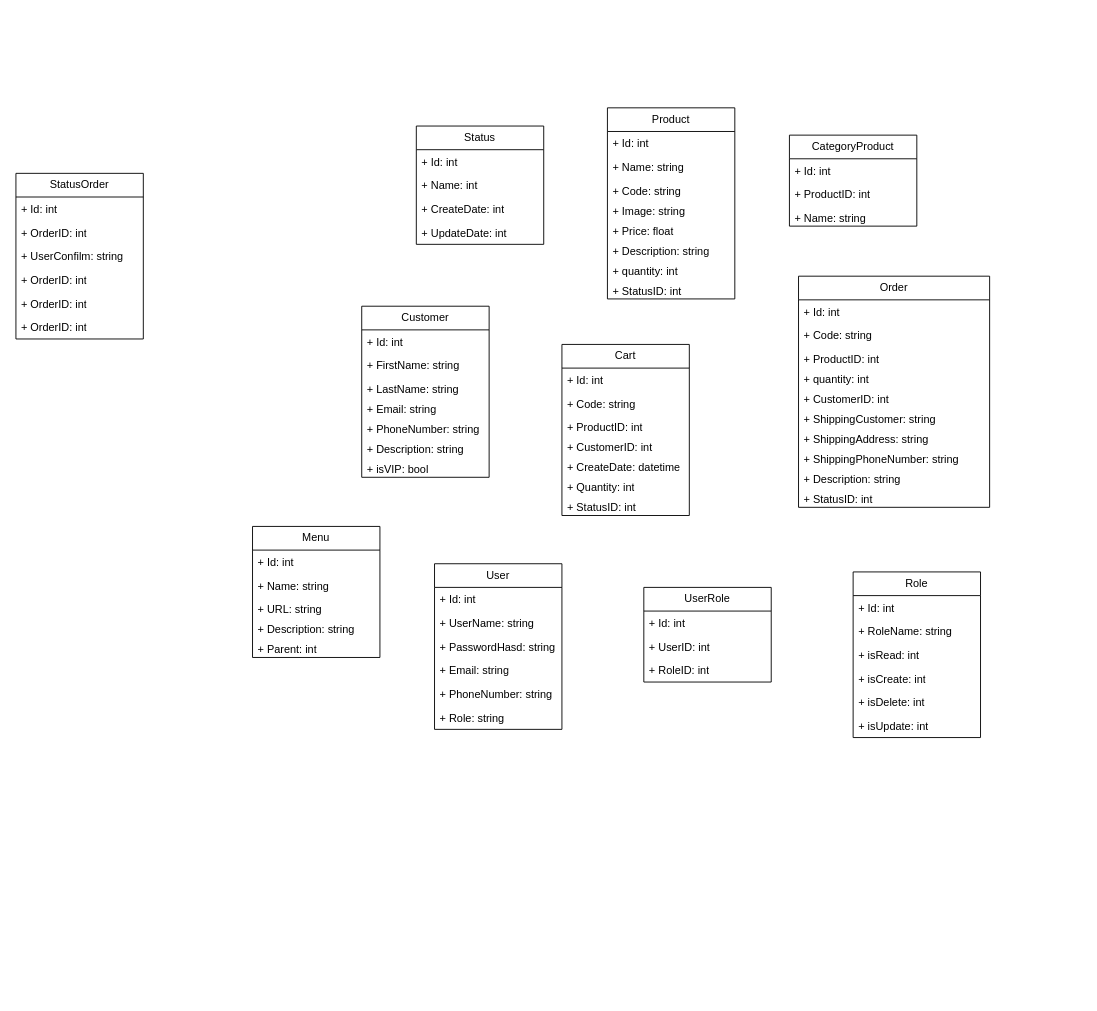
Earlier version of the draw.io diagram Sales_Website_Ecomerce/Document/DiagramTable.drawio (hoangtrongnam/SalesWebsite_BE). Source tidied: cells renumbered, new cells numbered last; positions are measured from the earlier drawing's top-left corner, leaving out a move shared by most shapes. Both pictures are drawn from the tidied source at 91%, with x=0, y=0 at pixel (15, 107).
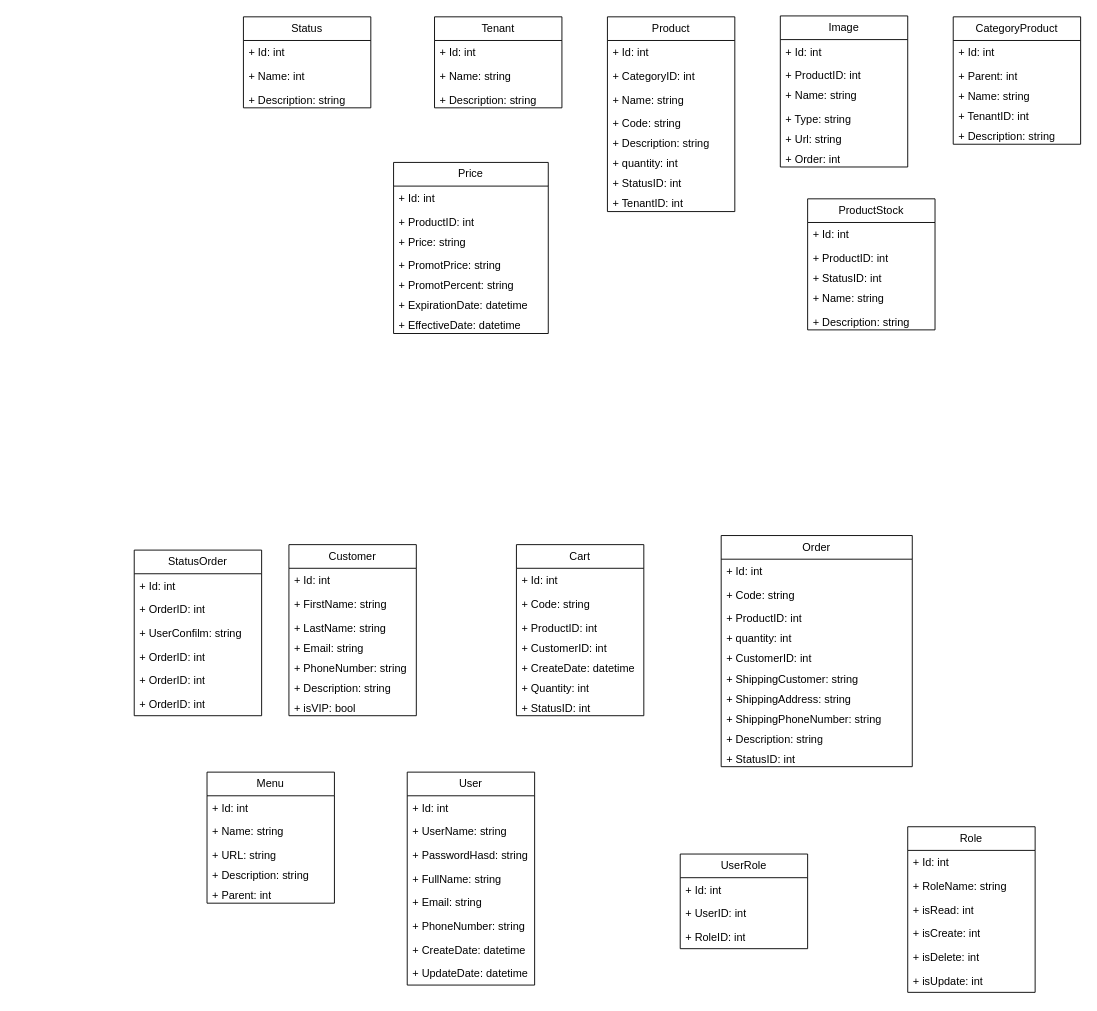
Above is the later version.

The edit, as a diff of the source:
```diff
@@
     <mxCell id="2" value="Product" style="swimlane;fontStyle=0;horizontal=1;startSize=26;fillColor=none;whiteSpace=wrap;html=1;" parent="1" vertex="1">
-      <mxGeometry x="650" width="140" height="210" as="geometry" />
+      <mxGeometry x="650" y="-100" width="140" height="214" as="geometry" />
     </mxCell>
@@
+    <mxCell id="78" value="+ CategoryID: int&amp;nbsp;" style="text;strokeColor=none;fillColor=none;align=left;verticalAlign=top;spacingLeft=4;spacingRight=4;overflow=hidden;whiteSpace=wrap;html=1;" parent="2" vertex="1">
+      <mxGeometry y="52" width="140" height="26" as="geometry" />
+    </mxCell>
     <mxCell id="4" value="+ Name: string" style="text;strokeColor=none;fillColor=none;align=left;verticalAlign=top;spacingLeft=4;spacingRight=4;overflow=hidden;whiteSpace=wrap;html=1;" parent="2" vertex="1">
-      <mxGeometry y="52" width="140" height="26" as="geometry" />
+      <mxGeometry y="78" width="140" height="26" as="geometry" />
     </mxCell>
     <mxCell id="5" value="+ Code: string" style="text;strokeColor=none;fillColor=none;align=left;verticalAlign=top;spacingLeft=4;spacingRight=4;overflow=hidden;whiteSpace=wrap;html=1;" parent="2" vertex="1">
-      <mxGeometry y="78" width="140" height="22" as="geometry" />
+      <mxGeometry y="104" width="140" height="22" as="geometry" />
     </mxCell>
-    <mxCell id="6" value="+ Image: string" style="text;strokeColor=none;fillColor=none;align=left;verticalAlign=top;spacingLeft=4;spacingRight=4;overflow=hidden;whiteSpace=wrap;html=1;" parent="2" vertex="1">
-      <mxGeometry y="100" width="140" height="22" as="geometry" />
-    </mxCell>
-    <mxCell id="7" value="+ Price: float" style="text;strokeColor=none;fillColor=none;align=left;verticalAlign=top;spacingLeft=4;spacingRight=4;overflow=hidden;whiteSpace=wrap;html=1;" parent="2" vertex="1">
-      <mxGeometry y="122" width="140" height="22" as="geometry" />
-    </mxCell>
     <mxCell id="8" value="+ Description: string" style="text;strokeColor=none;fillColor=none;align=left;verticalAlign=top;spacingLeft=4;spacingRight=4;overflow=hidden;whiteSpace=wrap;html=1;" parent="2" vertex="1">
-      <mxGeometry y="144" width="140" height="22" as="geometry" />
+      <mxGeometry y="126" width="140" height="22" as="geometry" />
     </mxCell>
     <mxCell id="9" value="+ quantity: int" style="text;strokeColor=none;fillColor=none;align=left;verticalAlign=top;spacingLeft=4;spacingRight=4;overflow=hidden;whiteSpace=wrap;html=1;" parent="2" vertex="1">
-      <mxGeometry y="166" width="140" height="22" as="geometry" />
+      <mxGeometry y="148" width="140" height="22" as="geometry" />
     </mxCell>
     <mxCell id="10" value="+ StatusID: int" style="text;strokeColor=none;fillColor=none;align=left;verticalAlign=top;spacingLeft=4;spacingRight=4;overflow=hidden;whiteSpace=wrap;html=1;" parent="2" vertex="1">
-      <mxGeometry y="188" width="140" height="22" as="geometry" />
+      <mxGeometry y="170" width="140" height="22" as="geometry" />
     </mxCell>
+    <mxCell id="79" value="+ TenantID: int" style="text;strokeColor=none;fillColor=none;align=left;verticalAlign=top;spacingLeft=4;spacingRight=4;overflow=hidden;whiteSpace=wrap;html=1;" parent="2" vertex="1">
+      <mxGeometry y="192" width="140" height="22" as="geometry" />
+    </mxCell>
     <mxCell id="11" value="CategoryProduct" style="swimlane;fontStyle=0;horizontal=1;startSize=26;fillColor=none;whiteSpace=wrap;html=1;" parent="1" vertex="1">
-      <mxGeometry x="850" y="30" width="140" height="100" as="geometry" />
+      <mxGeometry x="1030" y="-100" width="140" height="140" as="geometry" />
     </mxCell>
@@
-    <mxCell id="13" value="+ ProductID: int" style="text;strokeColor=none;fillColor=none;align=left;verticalAlign=top;spacingLeft=4;spacingRight=4;overflow=hidden;whiteSpace=wrap;html=1;" parent="11" vertex="1">
-      <mxGeometry y="52" width="140" height="26" as="geometry" />
-    </mxCell>
+    <mxCell id="80" value="+ Parent: int" style="text;strokeColor=none;fillColor=none;align=left;verticalAlign=top;spacingLeft=4;spacingRight=4;overflow=hidden;whiteSpace=wrap;html=1;" parent="11" vertex="1">
+      <mxGeometry y="52" width="140" height="22" as="geometry" />
+    </mxCell>
     <mxCell id="14" value="+ Name: string" style="text;strokeColor=none;fillColor=none;align=left;verticalAlign=top;spacingLeft=4;spacingRight=4;overflow=hidden;whiteSpace=wrap;html=1;" parent="11" vertex="1">
-      <mxGeometry y="78" width="140" height="22" as="geometry" />
+      <mxGeometry y="74" width="140" height="22" as="geometry" />
     </mxCell>
+    <mxCell id="81" value="+ TenantID: int" style="text;strokeColor=none;fillColor=none;align=left;verticalAlign=top;spacingLeft=4;spacingRight=4;overflow=hidden;whiteSpace=wrap;html=1;" parent="11" vertex="1">
+      <mxGeometry y="96" width="140" height="22" as="geometry" />
+    </mxCell>
+    <mxCell id="82" value="+ Description: string" style="text;strokeColor=none;fillColor=none;align=left;verticalAlign=top;spacingLeft=4;spacingRight=4;overflow=hidden;whiteSpace=wrap;html=1;" parent="11" vertex="1">
+      <mxGeometry y="118" width="140" height="22" as="geometry" />
+    </mxCell>
     <mxCell id="15" value="Customer" style="swimlane;fontStyle=0;horizontal=1;startSize=26;fillColor=none;whiteSpace=wrap;html=1;" parent="1" vertex="1">
-      <mxGeometry x="380" y="218" width="140" height="188" as="geometry" />
+      <mxGeometry x="300" y="480" width="140" height="188" as="geometry" />
     </mxCell>
@@
     <mxCell id="23" value="Cart" style="swimlane;fontStyle=0;horizontal=1;startSize=26;fillColor=none;whiteSpace=wrap;html=1;" parent="1" vertex="1">
-      <mxGeometry x="600" y="260" width="140" height="188" as="geometry" />
+      <mxGeometry x="550" y="480" width="140" height="188" as="geometry" />
     </mxCell>
@@
     <mxCell id="31" value="Order" style="swimlane;fontStyle=0;horizontal=1;startSize=26;fillColor=none;whiteSpace=wrap;html=1;" parent="1" vertex="1">
-      <mxGeometry x="860" y="185" width="210" height="254" as="geometry" />
+      <mxGeometry x="775" y="470" width="210" height="254" as="geometry" />
     </mxCell>
@@
     <mxCell id="42" value="User" style="swimlane;fontStyle=0;horizontal=1;startSize=26;fillColor=none;whiteSpace=wrap;html=1;" parent="1" vertex="1">
-      <mxGeometry x="460" y="501" width="140" height="182" as="geometry" />
+      <mxGeometry x="430" y="730" width="140" height="234" as="geometry" />
     </mxCell>
@@
+    <mxCell id="83" value="+ FullName: string" style="text;strokeColor=none;fillColor=none;align=left;verticalAlign=top;spacingLeft=4;spacingRight=4;overflow=hidden;whiteSpace=wrap;html=1;" parent="42" vertex="1">
+      <mxGeometry y="104" width="140" height="26" as="geometry" />
+    </mxCell>
     <mxCell id="46" value="+ Email: string" style="text;strokeColor=none;fillColor=none;align=left;verticalAlign=top;spacingLeft=4;spacingRight=4;overflow=hidden;whiteSpace=wrap;html=1;" parent="42" vertex="1">
-      <mxGeometry y="104" width="140" height="26" as="geometry" />
+      <mxGeometry y="130" width="140" height="26" as="geometry" />
     </mxCell>
     <mxCell id="47" value="+ PhoneNumber: string" style="text;strokeColor=none;fillColor=none;align=left;verticalAlign=top;spacingLeft=4;spacingRight=4;overflow=hidden;whiteSpace=wrap;html=1;" parent="42" vertex="1">
-      <mxGeometry y="130" width="140" height="26" as="geometry" />
+      <mxGeometry y="156" width="140" height="26" as="geometry" />
     </mxCell>
-    <mxCell id="48" value="+ Role: string" style="text;strokeColor=none;fillColor=none;align=left;verticalAlign=top;spacingLeft=4;spacingRight=4;overflow=hidden;whiteSpace=wrap;html=1;" parent="42" vertex="1">
-      <mxGeometry y="156" width="140" height="26" as="geometry" />
+    <mxCell id="48" value="+ CreateDate: datetime" style="text;strokeColor=none;fillColor=none;align=left;verticalAlign=top;spacingLeft=4;spacingRight=4;overflow=hidden;whiteSpace=wrap;html=1;" parent="42" vertex="1">
+      <mxGeometry y="182" width="140" height="26" as="geometry" />
     </mxCell>
+    <mxCell id="84" value="+ UpdateDate: datetime" style="text;strokeColor=none;fillColor=none;align=left;verticalAlign=top;spacingLeft=4;spacingRight=4;overflow=hidden;whiteSpace=wrap;html=1;" parent="42" vertex="1">
+      <mxGeometry y="208" width="140" height="26" as="geometry" />
+    </mxCell>
     <mxCell id="49" value="UserRole" style="swimlane;fontStyle=0;horizontal=1;startSize=26;fillColor=none;whiteSpace=wrap;html=1;" parent="1" vertex="1">
-      <mxGeometry x="690" y="527" width="140" height="104" as="geometry" />
+      <mxGeometry x="730" y="820" width="140" height="104" as="geometry" />
     </mxCell>
@@
     <mxCell id="53" value="Role" style="swimlane;fontStyle=0;horizontal=1;startSize=26;fillColor=none;whiteSpace=wrap;html=1;" parent="1" vertex="1">
-      <mxGeometry x="920" y="510" width="140" height="182" as="geometry" />
+      <mxGeometry x="980" y="790" width="140" height="182" as="geometry" />
     </mxCell>
@@
     <mxCell id="60" value="Menu" style="swimlane;fontStyle=0;horizontal=1;startSize=26;fillColor=none;whiteSpace=wrap;html=1;" parent="1" vertex="1">
-      <mxGeometry x="260" y="460" width="140" height="144" as="geometry" />
+      <mxGeometry x="210" y="730" width="140" height="144" as="geometry" />
     </mxCell>
@@
     <mxCell id="66" value="Status" style="swimlane;fontStyle=0;horizontal=1;startSize=26;fillColor=none;whiteSpace=wrap;html=1;" parent="1" vertex="1">
-      <mxGeometry x="440" y="20" width="140" height="130" as="geometry" />
+      <mxGeometry x="250" y="-100" width="140" height="100" as="geometry" />
     </mxCell>
@@
-    <mxCell id="69" value="+ CreateDate: int" style="text;strokeColor=none;fillColor=none;align=left;verticalAlign=top;spacingLeft=4;spacingRight=4;overflow=hidden;whiteSpace=wrap;html=1;" parent="66" vertex="1">
-      <mxGeometry y="78" width="140" height="26" as="geometry" />
-    </mxCell>
-    <mxCell id="70" value="+ UpdateDate: int" style="text;strokeColor=none;fillColor=none;align=left;verticalAlign=top;spacingLeft=4;spacingRight=4;overflow=hidden;whiteSpace=wrap;html=1;" parent="66" vertex="1">
-      <mxGeometry y="104" width="140" height="26" as="geometry" />
-    </mxCell>
+    <mxCell id="85" value="+ Description: string" style="text;strokeColor=none;fillColor=none;align=left;verticalAlign=top;spacingLeft=4;spacingRight=4;overflow=hidden;whiteSpace=wrap;html=1;" parent="66" vertex="1">
+      <mxGeometry y="78" width="140" height="22" as="geometry" />
+    </mxCell>
     <mxCell id="71" value="StatusOrder" style="swimlane;fontStyle=0;horizontal=1;startSize=26;fillColor=none;whiteSpace=wrap;html=1;" parent="1" vertex="1">
-      <mxGeometry y="72" width="140" height="182" as="geometry" />
+      <mxGeometry x="130" y="486" width="140" height="182" as="geometry" />
     </mxCell>
@@
+    <mxCell id="86" value="Tenant" style="swimlane;fontStyle=0;horizontal=1;startSize=26;fillColor=none;whiteSpace=wrap;html=1;" parent="1" vertex="1">
+      <mxGeometry x="460" y="-100" width="140" height="100" as="geometry" />
+    </mxCell>
+    <mxCell id="87" value="+ Id: int&amp;nbsp;" style="text;strokeColor=none;fillColor=none;align=left;verticalAlign=top;spacingLeft=4;spacingRight=4;overflow=hidden;whiteSpace=wrap;html=1;" parent="86" vertex="1">
+      <mxGeometry y="26" width="140" height="26" as="geometry" />
+    </mxCell>
+    <mxCell id="88" value="+ Name: string" style="text;strokeColor=none;fillColor=none;align=left;verticalAlign=top;spacingLeft=4;spacingRight=4;overflow=hidden;whiteSpace=wrap;html=1;" parent="86" vertex="1">
+      <mxGeometry y="52" width="140" height="26" as="geometry" />
+    </mxCell>
+    <mxCell id="89" value="+ Description: string" style="text;strokeColor=none;fillColor=none;align=left;verticalAlign=top;spacingLeft=4;spacingRight=4;overflow=hidden;whiteSpace=wrap;html=1;" parent="86" vertex="1">
+      <mxGeometry y="78" width="140" height="22" as="geometry" />
+    </mxCell>
+    <mxCell id="90" value="Image" style="swimlane;fontStyle=0;horizontal=1;startSize=26;fillColor=none;whiteSpace=wrap;html=1;" parent="1" vertex="1">
+      <mxGeometry x="840" y="-101" width="140" height="166" as="geometry" />
+    </mxCell>
+    <mxCell id="91" value="+ Id: int&amp;nbsp;" style="text;strokeColor=none;fillColor=none;align=left;verticalAlign=top;spacingLeft=4;spacingRight=4;overflow=hidden;whiteSpace=wrap;html=1;" parent="90" vertex="1">
+      <mxGeometry y="26" width="140" height="26" as="geometry" />
+    </mxCell>
+    <mxCell id="92" value="+ ProductID: int" style="text;strokeColor=none;fillColor=none;align=left;verticalAlign=top;spacingLeft=4;spacingRight=4;overflow=hidden;whiteSpace=wrap;html=1;" parent="90" vertex="1">
+      <mxGeometry y="52" width="140" height="22" as="geometry" />
+    </mxCell>
+    <mxCell id="93" value="+ Name: string" style="text;strokeColor=none;fillColor=none;align=left;verticalAlign=top;spacingLeft=4;spacingRight=4;overflow=hidden;whiteSpace=wrap;html=1;" parent="90" vertex="1">
+      <mxGeometry y="74" width="140" height="26" as="geometry" />
+    </mxCell>
+    <mxCell id="94" value="+ Type: string" style="text;strokeColor=none;fillColor=none;align=left;verticalAlign=top;spacingLeft=4;spacingRight=4;overflow=hidden;whiteSpace=wrap;html=1;" parent="90" vertex="1">
+      <mxGeometry y="100" width="140" height="22" as="geometry" />
+    </mxCell>
+    <mxCell id="95" value="+ Url: string" style="text;strokeColor=none;fillColor=none;align=left;verticalAlign=top;spacingLeft=4;spacingRight=4;overflow=hidden;whiteSpace=wrap;html=1;" parent="90" vertex="1">
+      <mxGeometry y="122" width="140" height="22" as="geometry" />
+    </mxCell>
+    <mxCell id="96" value="+ Order: int" style="text;strokeColor=none;fillColor=none;align=left;verticalAlign=top;spacingLeft=4;spacingRight=4;overflow=hidden;whiteSpace=wrap;html=1;" parent="90" vertex="1">
+      <mxGeometry y="144" width="140" height="22" as="geometry" />
+    </mxCell>
+    <mxCell id="97" value="Price" style="swimlane;fontStyle=0;horizontal=1;startSize=26;fillColor=none;whiteSpace=wrap;html=1;" parent="1" vertex="1">
+      <mxGeometry x="415" y="60" width="170" height="188" as="geometry" />
+    </mxCell>
+    <mxCell id="98" value="+ Id: int&amp;nbsp;" style="text;strokeColor=none;fillColor=none;align=left;verticalAlign=top;spacingLeft=4;spacingRight=4;overflow=hidden;whiteSpace=wrap;html=1;" parent="97" vertex="1">
+      <mxGeometry y="26" width="170" height="26" as="geometry" />
+    </mxCell>
+    <mxCell id="99" value="+ ProductID: int" style="text;strokeColor=none;fillColor=none;align=left;verticalAlign=top;spacingLeft=4;spacingRight=4;overflow=hidden;whiteSpace=wrap;html=1;" parent="97" vertex="1">
+      <mxGeometry y="52" width="170" height="22" as="geometry" />
+    </mxCell>
+    <mxCell id="100" value="+ Price: string" style="text;strokeColor=none;fillColor=none;align=left;verticalAlign=top;spacingLeft=4;spacingRight=4;overflow=hidden;whiteSpace=wrap;html=1;" parent="97" vertex="1">
+      <mxGeometry y="74" width="170" height="26" as="geometry" />
+    </mxCell>
+    <mxCell id="101" value="+ PromotPrice: string" style="text;strokeColor=none;fillColor=none;align=left;verticalAlign=top;spacingLeft=4;spacingRight=4;overflow=hidden;whiteSpace=wrap;html=1;" parent="97" vertex="1">
+      <mxGeometry y="100" width="170" height="22" as="geometry" />
+    </mxCell>
+    <mxCell id="102" value="+ PromotPercent: string" style="text;strokeColor=none;fillColor=none;align=left;verticalAlign=top;spacingLeft=4;spacingRight=4;overflow=hidden;whiteSpace=wrap;html=1;" parent="97" vertex="1">
+      <mxGeometry y="122" width="170" height="22" as="geometry" />
+    </mxCell>
+    <mxCell id="103" value="+ ExpirationDate: datetime" style="text;strokeColor=none;fillColor=none;align=left;verticalAlign=top;spacingLeft=4;spacingRight=4;overflow=hidden;whiteSpace=wrap;html=1;" parent="97" vertex="1">
+      <mxGeometry y="144" width="170" height="22" as="geometry" />
+    </mxCell>
+    <mxCell id="104" value="+ EffectiveDate: datetime" style="text;strokeColor=none;fillColor=none;align=left;verticalAlign=top;spacingLeft=4;spacingRight=4;overflow=hidden;whiteSpace=wrap;html=1;" parent="97" vertex="1">
+      <mxGeometry y="166" width="170" height="22" as="geometry" />
+    </mxCell>
+    <mxCell id="105" value="ProductStock" style="swimlane;fontStyle=0;horizontal=1;startSize=26;fillColor=none;whiteSpace=wrap;html=1;" parent="1" vertex="1">
+      <mxGeometry x="870" y="100" width="140" height="144" as="geometry" />
+    </mxCell>
+    <mxCell id="106" value="+ Id: int&amp;nbsp;" style="text;strokeColor=none;fillColor=none;align=left;verticalAlign=top;spacingLeft=4;spacingRight=4;overflow=hidden;whiteSpace=wrap;html=1;" parent="105" vertex="1">
+      <mxGeometry y="26" width="140" height="26" as="geometry" />
+    </mxCell>
+    <mxCell id="107" value="+ ProductID: int" style="text;strokeColor=none;fillColor=none;align=left;verticalAlign=top;spacingLeft=4;spacingRight=4;overflow=hidden;whiteSpace=wrap;html=1;" parent="105" vertex="1">
+      <mxGeometry y="52" width="140" height="22" as="geometry" />
+    </mxCell>
+    <mxCell id="108" value="+ StatusID: int" style="text;strokeColor=none;fillColor=none;align=left;verticalAlign=top;spacingLeft=4;spacingRight=4;overflow=hidden;whiteSpace=wrap;html=1;" parent="105" vertex="1">
+      <mxGeometry y="74" width="140" height="22" as="geometry" />
+    </mxCell>
+    <mxCell id="109" value="+ Name: string" style="text;strokeColor=none;fillColor=none;align=left;verticalAlign=top;spacingLeft=4;spacingRight=4;overflow=hidden;whiteSpace=wrap;html=1;" parent="105" vertex="1">
+      <mxGeometry y="96" width="140" height="26" as="geometry" />
+    </mxCell>
+    <mxCell id="110" value="+ Description: string" style="text;strokeColor=none;fillColor=none;align=left;verticalAlign=top;spacingLeft=4;spacingRight=4;overflow=hidden;whiteSpace=wrap;html=1;" parent="105" vertex="1">
+      <mxGeometry y="122" width="140" height="22" as="geometry" />
+    </mxCell>
```
